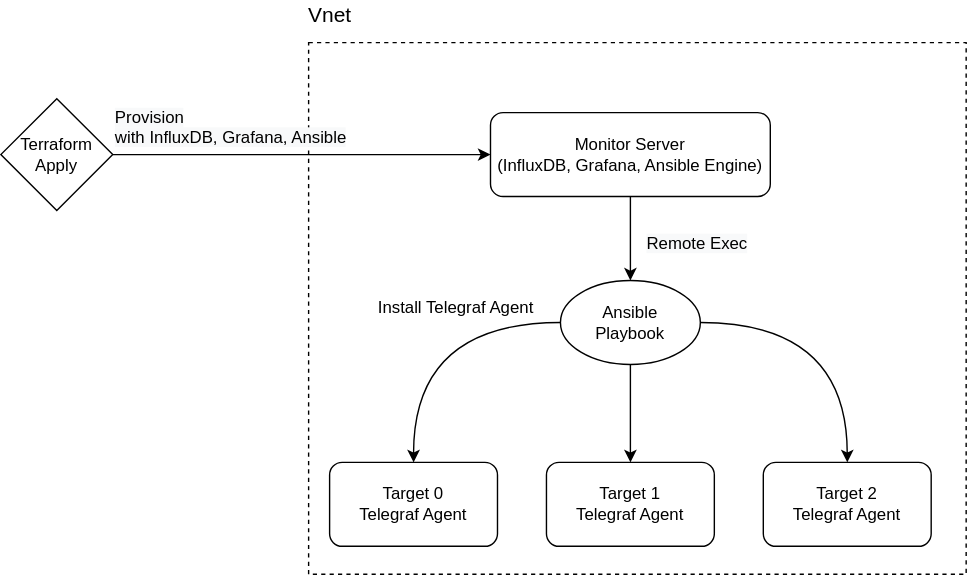
Above: images/tig.svg in hyukjuns/tig-packer-terraform-ansible (draw.io), before the change. Source tidied: cells renumbered, new cells last; positions are measured from the earlier drawing's top-left corner, leaving out a move shared by most shapes.
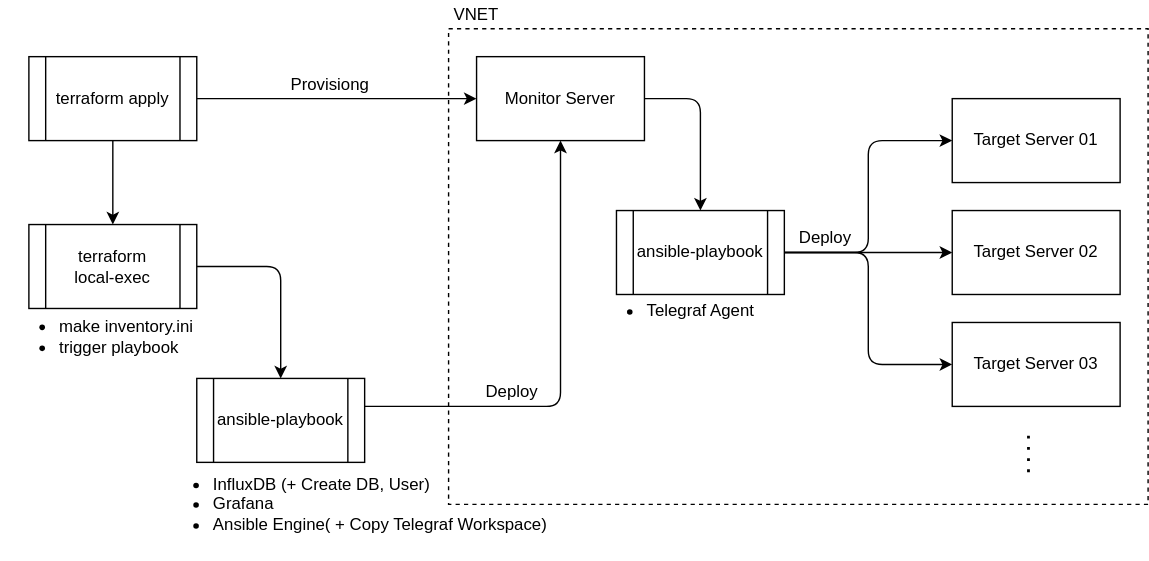
After the change.

Diff of the diagram source:
```diff
@@ -2,53 +2,95 @@
   <root>
     <mxCell id="0" />
     <mxCell id="1" parent="0" />
-    <mxCell id="2" style="rounded=0;whiteSpace=wrap;html=1;dashed=1;fillColor=none;" parent="1" vertex="1">
-      <mxGeometry x="220" y="30" width="470" height="380" as="geometry" />
-    </mxCell>
-    <mxCell id="3" style="edgeStyle=orthogonalEdgeStyle;rounded=0;jettySize=auto;html=1;exitX=1;exitY=0.5;exitDx=0;exitDy=0;entryX=0;entryY=0.5;entryDx=0;entryDy=0;" parent="1" edge="1" source="6" target="5">
-      <mxGeometry relative="1" as="geometry" />
-    </mxCell>
-    <mxCell id="4" style="edgeStyle=orthogonalEdgeStyle;curved=1;jettySize=auto;html=1;entryX=0.5;entryY=0;entryDx=0;entryDy=0;" parent="1" edge="1" source="5" target="16">
-      <mxGeometry relative="1" as="geometry" />
-    </mxCell>
-    <mxCell id="5" value="Monitor Server&lt;br&gt;(InfluxDB, Grafana, Ansible Engine)" style="rounded=1;whiteSpace=wrap;html=1;" parent="1" vertex="1">
-      <mxGeometry x="350" y="80" width="200" height="60" as="geometry" />
-    </mxCell>
-    <mxCell id="6" value="Terraform&lt;br&gt;Apply" style="rhombus;whiteSpace=wrap;html=1;" parent="1" vertex="1">
-      <mxGeometry y="70" width="80" height="80" as="geometry" />
-    </mxCell>
-    <mxCell id="7" value="&lt;font style=&quot;font-size: 15px&quot;&gt;Vnet&lt;/font&gt;" style="text;html=1;align=center;verticalAlign=middle;strokeColor=none;" parent="1" vertex="1">
-      <mxGeometry x="210" width="50" height="20" as="geometry" />
-    </mxCell>
-    <mxCell id="8" value="Target 0&lt;br&gt;Telegraf Agent" style="rounded=1;whiteSpace=wrap;html=1;" parent="1" vertex="1">
-      <mxGeometry x="235" y="330" width="120" height="60" as="geometry" />
-    </mxCell>
-    <mxCell id="9" value="Target 1&lt;br&gt;Telegraf Agent" style="rounded=1;whiteSpace=wrap;html=1;" parent="1" vertex="1">
-      <mxGeometry x="390" y="330" width="120" height="60" as="geometry" />
-    </mxCell>
-    <mxCell id="10" value="Target 2&lt;br&gt;Telegraf Agent" style="rounded=1;whiteSpace=wrap;html=1;" parent="1" vertex="1">
-      <mxGeometry x="545" y="330" width="120" height="60" as="geometry" />
-    </mxCell>
-    <mxCell id="11" value="&lt;span style=&quot;color: rgb(0, 0, 0); font-family: helvetica; font-size: 12px; font-style: normal; font-weight: 400; letter-spacing: normal; text-align: center; text-indent: 0px; text-transform: none; word-spacing: 0px; background-color: rgb(248, 249, 250); display: inline; float: none;&quot;&gt;Provision&lt;/span&gt;&lt;br style=&quot;color: rgb(0, 0, 0); font-family: helvetica; font-size: 12px; font-style: normal; font-weight: 400; letter-spacing: normal; text-align: center; text-indent: 0px; text-transform: none; word-spacing: 0px; background-color: rgb(248, 249, 250);&quot;&gt;&lt;span style=&quot;color: rgb(0, 0, 0); font-family: helvetica; font-size: 12px; font-style: normal; font-weight: 400; letter-spacing: normal; text-align: center; text-indent: 0px; text-transform: none; word-spacing: 0px; background-color: rgb(248, 249, 250); display: inline; float: none;&quot;&gt;with InfluxDB, Grafana, Ansible&lt;/span&gt;" style="text;whiteSpace=wrap;html=1;" parent="1" vertex="1">
-      <mxGeometry x="80" y="70" width="190" height="40" as="geometry" />
-    </mxCell>
-    <mxCell id="12" value="&lt;font style=&quot;font-size: 12px&quot;&gt;Install Telegraf Agent&lt;/font&gt;" style="text;html=1;align=center;verticalAlign=middle;strokeColor=none;" parent="1" vertex="1">
-      <mxGeometry x="260" y="210" width="130" height="20" as="geometry" />
-    </mxCell>
-    <mxCell id="13" style="edgeStyle=orthogonalEdgeStyle;curved=1;jettySize=auto;html=1;entryX=0.5;entryY=0;entryDx=0;entryDy=0;" parent="1" edge="1" source="16" target="8">
-      <mxGeometry relative="1" as="geometry" />
-    </mxCell>
-    <mxCell id="14" style="edgeStyle=orthogonalEdgeStyle;curved=1;jettySize=auto;html=1;entryX=0.5;entryY=0;entryDx=0;entryDy=0;" parent="1" edge="1" source="16" target="10">
-      <mxGeometry relative="1" as="geometry" />
-    </mxCell>
-    <mxCell id="15" style="edgeStyle=orthogonalEdgeStyle;curved=1;jettySize=auto;html=1;entryX=0.5;entryY=0;entryDx=0;entryDy=0;" parent="1" edge="1" source="16" target="9">
-      <mxGeometry relative="1" as="geometry" />
-    </mxCell>
-    <mxCell id="16" value="&lt;span&gt;Ansible&lt;/span&gt;&lt;br&gt;&lt;span&gt;Playbook&lt;/span&gt;" style="ellipse;whiteSpace=wrap;html=1;" parent="1" vertex="1">
-      <mxGeometry x="400" y="200" width="100" height="60" as="geometry" />
-    </mxCell>
-    <mxCell id="17" value="&lt;span style=&quot;color: rgb(0 , 0 , 0) ; font-family: &amp;#34;helvetica&amp;#34; ; font-style: normal ; font-weight: 400 ; letter-spacing: normal ; text-align: center ; text-indent: 0px ; text-transform: none ; word-spacing: 0px ; background-color: rgb(248 , 249 , 250)&quot;&gt;&lt;font style=&quot;font-size: 12px&quot;&gt;Remote Exec&lt;/font&gt;&lt;/span&gt;" style="text;whiteSpace=wrap;html=1;" parent="1" vertex="1">
-      <mxGeometry x="460" y="160" width="100" height="30" as="geometry" />
-    </mxCell>
+    <mxCell id="18" style="rounded=0;whiteSpace=wrap;html=1;fillColor=none;dashed=1;" parent="1" vertex="1">
+      <mxGeometry x="260" y="-10" width="500" height="340" as="geometry" />
+    </mxCell>
+    <mxCell id="19" style="edgeStyle=orthogonalEdgeStyle;rounded=1;jettySize=auto;html=1;" parent="1" edge="1" source="20" target="37">
+      <mxGeometry relative="1" as="geometry">
+        <Array as="points">
+          <mxPoint x="440" y="40" />
+        </Array>
+      </mxGeometry>
+    </mxCell>
+    <mxCell id="20" value="Monitor Server" style="rounded=0;whiteSpace=wrap;html=1;" parent="1" vertex="1">
+      <mxGeometry x="280" y="10" width="120" height="60" as="geometry" />
+    </mxCell>
+    <mxCell id="21" style="edgeStyle=orthogonalEdgeStyle;rounded=1;jettySize=auto;html=1;" parent="1" edge="1" source="23" target="20">
+      <mxGeometry relative="1" as="geometry" />
+    </mxCell>
+    <mxCell id="22" style="edgeStyle=orthogonalEdgeStyle;rounded=1;jettySize=auto;html=1;" parent="1" edge="1" source="23" target="27">
+      <mxGeometry relative="1" as="geometry" />
+    </mxCell>
+    <mxCell id="23" value="terraform apply" style="shape=process;whiteSpace=wrap;html=1;backgroundOutline=1;" parent="1" vertex="1">
+      <mxGeometry x="-40" y="10" width="120" height="60" as="geometry" />
+    </mxCell>
+    <mxCell id="24" style="edgeStyle=orthogonalEdgeStyle;rounded=1;jettySize=auto;html=1;entryX=0.5;entryY=1;entryDx=0;entryDy=0;" parent="1" edge="1" source="25" target="20">
+      <mxGeometry relative="1" as="geometry">
+        <Array as="points">
+          <mxPoint x="340" y="260" />
+        </Array>
+      </mxGeometry>
+    </mxCell>
+    <mxCell id="25" value="ansible-playbook" style="shape=process;whiteSpace=wrap;html=1;backgroundOutline=1;" parent="1" vertex="1">
+      <mxGeometry x="80" y="240" width="120" height="60" as="geometry" />
+    </mxCell>
+    <mxCell id="26" style="edgeStyle=orthogonalEdgeStyle;rounded=1;jettySize=auto;html=1;" parent="1" edge="1" source="27" target="25">
+      <mxGeometry relative="1" as="geometry">
+        <Array as="points">
+          <mxPoint x="140" y="160" />
+        </Array>
+      </mxGeometry>
+    </mxCell>
+    <mxCell id="27" value="terraform&lt;br&gt;local-exec" style="shape=process;whiteSpace=wrap;html=1;backgroundOutline=1;" parent="1" vertex="1">
+      <mxGeometry x="-40" y="130" width="120" height="60" as="geometry" />
+    </mxCell>
+    <mxCell id="28" value="&lt;ul&gt;&lt;li&gt;&lt;span style=&quot;text-align: center&quot;&gt;make inventory.ini&lt;/span&gt;&lt;br style=&quot;text-align: center&quot;&gt;&lt;/li&gt;&lt;li&gt;trigger playbook&lt;/li&gt;&lt;/ul&gt;" style="text;strokeColor=none;fillColor=none;html=1;whiteSpace=wrap;verticalAlign=middle;overflow=hidden;" parent="1" vertex="1">
+      <mxGeometry x="-60" y="170" width="190" height="80" as="geometry" />
+    </mxCell>
+    <mxCell id="29" value="&lt;ul&gt;&lt;li&gt;&lt;span style=&quot;text-align: center&quot;&gt;InfluxDB (+ Create DB, User)&lt;/span&gt;&lt;br style=&quot;text-align: center&quot;&gt;&lt;/li&gt;&lt;li&gt;Grafana&lt;/li&gt;&lt;li&gt;Ansible Engine( + Copy Telegraf Workspace)&lt;/li&gt;&lt;/ul&gt;" style="text;strokeColor=none;fillColor=none;html=1;whiteSpace=wrap;verticalAlign=middle;overflow=hidden;" parent="1" vertex="1">
+      <mxGeometry x="50" y="290" width="350" height="80" as="geometry" />
+    </mxCell>
+    <mxCell id="30" value="Target Server 01" style="rounded=0;whiteSpace=wrap;html=1;" parent="1" vertex="1">
+      <mxGeometry x="620" y="40" width="120" height="60" as="geometry" />
+    </mxCell>
+    <mxCell id="31" value="Target Server 02" style="rounded=0;whiteSpace=wrap;html=1;" parent="1" vertex="1">
+      <mxGeometry x="620" y="120" width="120" height="60" as="geometry" />
+    </mxCell>
+    <mxCell id="32" value="Target Server 03" style="rounded=0;whiteSpace=wrap;html=1;" parent="1" vertex="1">
+      <mxGeometry x="620" y="200" width="120" height="60" as="geometry" />
+    </mxCell>
+    <mxCell id="33" style="endArrow=none;dashed=1;html=1;dashPattern=1 3;strokeWidth=2;" parent="1" edge="1">
+      <mxGeometry relative="1" as="geometry">
+        <mxPoint x="674.5" y="307" as="sourcePoint" />
+        <mxPoint x="674.5" y="277" as="targetPoint" />
+      </mxGeometry>
+    </mxCell>
+    <mxCell id="34" style="edgeStyle=orthogonalEdgeStyle;jettySize=auto;html=1;entryX=0;entryY=0.5;entryDx=0;entryDy=0;rounded=1;" parent="1" edge="1" source="37" target="30">
+      <mxGeometry relative="1" as="geometry" />
+    </mxCell>
+    <mxCell id="35" style="edgeStyle=orthogonalEdgeStyle;jettySize=auto;html=1;entryX=0;entryY=0.5;entryDx=0;entryDy=0;rounded=1;" parent="1" edge="1" source="37" target="31">
+      <mxGeometry relative="1" as="geometry" />
+    </mxCell>
+    <mxCell id="36" style="edgeStyle=orthogonalEdgeStyle;jettySize=auto;html=1;entryX=0;entryY=0.5;entryDx=0;entryDy=0;rounded=1;" parent="1" edge="1" source="37" target="32">
+      <mxGeometry relative="1" as="geometry" />
+    </mxCell>
+    <mxCell id="37" value="ansible-playbook" style="shape=process;whiteSpace=wrap;html=1;backgroundOutline=1;" parent="1" vertex="1">
+      <mxGeometry x="380" y="120" width="120" height="60" as="geometry" />
+    </mxCell>
+    <mxCell id="38" value="&lt;ul&gt;&lt;li style=&quot;text-align: center&quot;&gt;Telegraf Agent&lt;/li&gt;&lt;/ul&gt;" style="text;strokeColor=none;fillColor=none;html=1;whiteSpace=wrap;verticalAlign=middle;overflow=hidden;" parent="1" vertex="1">
+      <mxGeometry x="360" y="170" width="130" height="40" as="geometry" />
+    </mxCell>
+    <mxCell id="39" value="VNET" style="text;html=1;strokeColor=none;fillColor=none;align=center;verticalAlign=middle;whiteSpace=wrap;rounded=0;dashed=1;" parent="1" vertex="1">
+      <mxGeometry x="260" y="-30" width="40" height="20" as="geometry" />
+    </mxCell>
+    <mxCell id="40" value="Provisiong" style="text;html=1;align=center;verticalAlign=middle;strokeColor=none;" parent="1" vertex="1">
+      <mxGeometry x="140" y="20" width="70" height="20" as="geometry" />
+    </mxCell>
+    <mxCell id="41" value="Deploy" style="text;html=1;align=center;verticalAlign=middle;strokeColor=none;" parent="1" vertex="1">
+      <mxGeometry x="280" y="240" width="50" height="20" as="geometry" />
+    </mxCell>
+    <mxCell id="42" value="Deploy" style="text;html=1;align=center;verticalAlign=middle;strokeColor=none;" parent="1" vertex="1">
+      <mxGeometry x="504" y="130" width="50" height="20" as="geometry" />
+    </mxCell>
   </root>
 </mxGraphModel>
```
